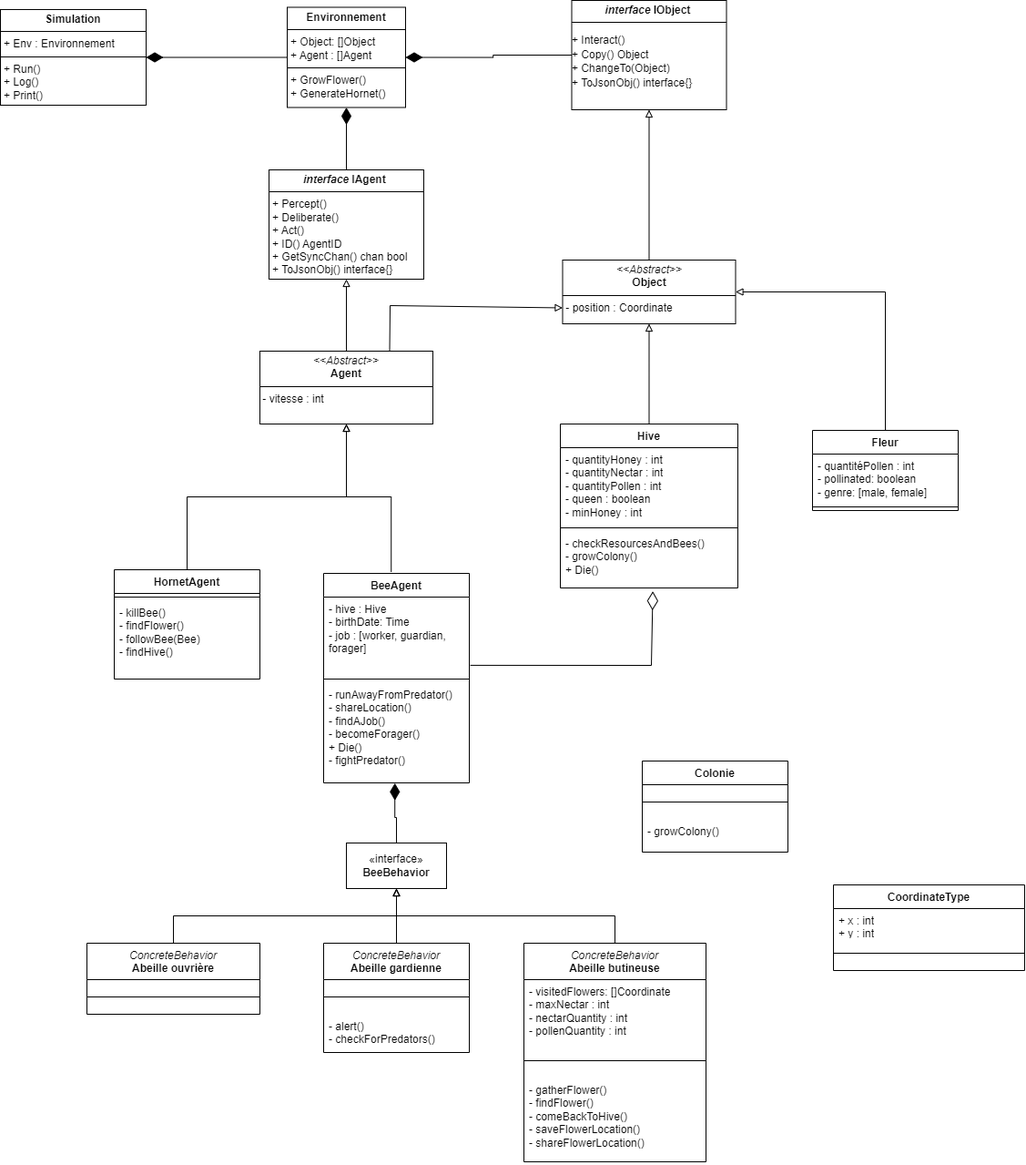
Above: architecture/projet_uml.png in vlkduro/multi-agent-system (draw.io), before the change. Source tidied: cells renumbered, new cells last; positions are measured from the earlier drawing's top-left corner, leaving out a move shared by most shapes.
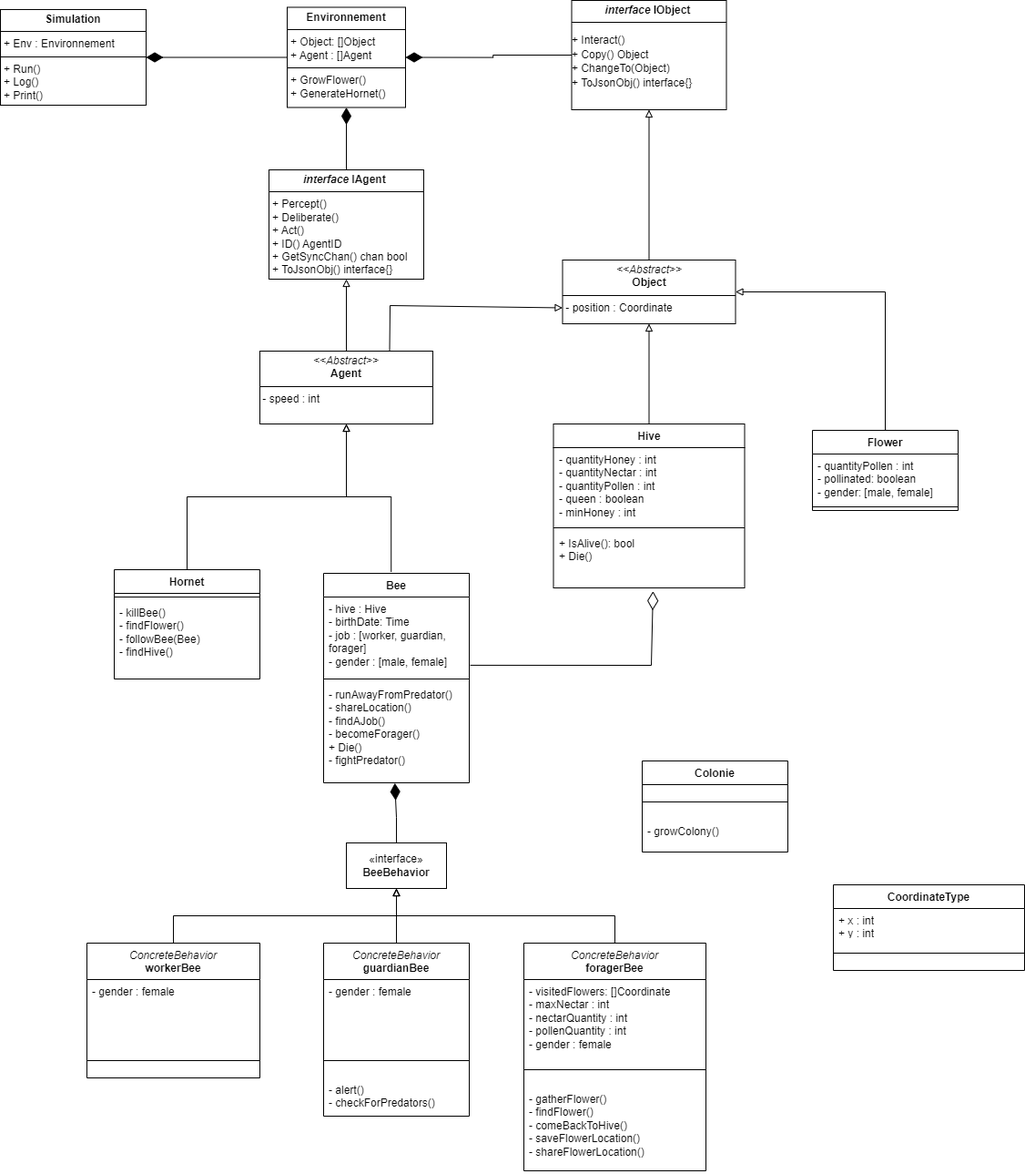
Above is the later version.

Commit message:
feat[Hive]: add IsAlive() and Die() with uml update

Diff of the diagram source:
```diff
@@ -23,7 +23,7 @@
     <mxCell id="5" style="edgeStyle=orthogonalEdgeStyle;rounded=0;jettySize=auto;html=1;endArrow=block;endFill=0;" parent="1" edge="1" source="6" target="11">
       <mxGeometry relative="1" as="geometry" />
     </mxCell>
-    <mxCell id="6" value="HornetAgent" style="swimlane;fontStyle=1;align=center;verticalAlign=top;horizontal=1;startSize=26;whiteSpace=wrap;html=1;" parent="1" vertex="1">
+    <mxCell id="6" value="Hornet" style="swimlane;fontStyle=1;align=center;verticalAlign=top;horizontal=1;startSize=26;whiteSpace=wrap;html=1;" parent="1" vertex="1">
       <mxGeometry x="125" y="625" width="160" height="120" as="geometry" />
     </mxCell>
     <mxCell id="7" style="line;strokeWidth=1;fillColor=none;align=left;verticalAlign=middle;spacingTop=-1;spacingLeft=3;spacingRight=3;labelPosition=right;strokeColor=inherit;" parent="6" vertex="1">
@@ -42,7 +42,7 @@
         </Array>
       </mxGeometry>
     </mxCell>
-    <mxCell id="11" value="&lt;p style=&quot;margin:0px;margin-top:4px;text-align:center;&quot;&gt;&lt;i&gt;&amp;lt;&amp;lt;Abstract&amp;gt;&amp;gt;&lt;/i&gt;&lt;br&gt;&lt;b&gt;Agent&lt;/b&gt;&lt;/p&gt;&lt;hr size=&quot;1&quot; style=&quot;border-style:solid;&quot;&gt;&lt;div&gt;&lt;span style=&quot;background-color: initial;&quot;&gt;&amp;nbsp;- vitesse : int&lt;/span&gt;&lt;/div&gt;" style="verticalAlign=top;align=left;overflow=fill;html=1;whiteSpace=wrap;" parent="1" vertex="1">
+    <mxCell id="11" value="&lt;p style=&quot;margin:0px;margin-top:4px;text-align:center;&quot;&gt;&lt;i&gt;&amp;lt;&amp;lt;Abstract&amp;gt;&amp;gt;&lt;/i&gt;&lt;br&gt;&lt;b&gt;Agent&lt;/b&gt;&lt;/p&gt;&lt;hr size=&quot;1&quot; style=&quot;border-style:solid;&quot;&gt;&lt;div&gt;&lt;span style=&quot;background-color: initial;&quot;&gt;&amp;nbsp;- speed : int&lt;/span&gt;&lt;/div&gt;" style="verticalAlign=top;align=left;overflow=fill;html=1;whiteSpace=wrap;" parent="1" vertex="1">
       <mxGeometry x="285" y="385" width="190" height="80" as="geometry" />
     </mxCell>
     <mxCell id="12" value="&lt;p style=&quot;margin:0px;margin-top:4px;text-align:center;&quot;&gt;&lt;b&gt;Simulation&lt;/b&gt;&lt;/p&gt;&lt;hr size=&quot;1&quot; style=&quot;border-style:solid;&quot;&gt;&lt;p style=&quot;margin:0px;margin-left:4px;&quot;&gt;+ Env : Environnement&lt;/p&gt;&lt;hr size=&quot;1&quot; style=&quot;border-style:solid;&quot;&gt;&lt;p style=&quot;margin:0px;margin-left:4px;&quot;&gt;+ Run()&lt;/p&gt;&lt;p style=&quot;margin:0px;margin-left:4px;&quot;&gt;+ Log()&lt;/p&gt;&lt;p style=&quot;margin:0px;margin-left:4px;&quot;&gt;+ Print()&lt;/p&gt;" style="verticalAlign=top;align=left;overflow=fill;html=1;whiteSpace=wrap;" parent="1" vertex="1">
@@ -69,10 +69,10 @@
     <mxCell id="19" style="edgeStyle=orthogonalEdgeStyle;rounded=0;jettySize=auto;html=1;exitX=0.5;exitY=0;exitDx=0;exitDy=0;entryX=1;entryY=0.5;entryDx=0;entryDy=0;endArrow=block;endFill=0;" parent="1" edge="1" source="20" target="17">
       <mxGeometry relative="1" as="geometry" />
     </mxCell>
-    <mxCell id="20" value="Fleur" style="swimlane;fontStyle=1;align=center;verticalAlign=top;horizontal=1;startSize=26;whiteSpace=wrap;html=1;" parent="1" vertex="1">
+    <mxCell id="20" value="Flower" style="swimlane;fontStyle=1;align=center;verticalAlign=top;horizontal=1;startSize=26;whiteSpace=wrap;html=1;" parent="1" vertex="1">
       <mxGeometry x="892" y="472" width="160" height="88" as="geometry" />
     </mxCell>
-    <mxCell id="21" value="- quantitéPollen : int&lt;br&gt;- pollinated: boolean&lt;br&gt;- genre: [male, female]" style="text;strokeColor=none;fillColor=none;align=left;verticalAlign=top;spacingLeft=4;spacingRight=4;overflow=hidden;whiteSpace=wrap;html=1;" parent="20" vertex="1">
+    <mxCell id="21" value="- quantityPollen : int&lt;br&gt;- pollinated: boolean&lt;br&gt;- gender: [male, female]" style="text;strokeColor=none;fillColor=none;align=left;verticalAlign=top;spacingLeft=4;spacingRight=4;overflow=hidden;whiteSpace=wrap;html=1;" parent="20" vertex="1">
       <mxGeometry y="26" width="160" height="54" as="geometry" />
     </mxCell>
     <mxCell id="22" style="line;strokeWidth=1;fillColor=none;align=left;verticalAlign=middle;spacingTop=-1;spacingLeft=3;spacingRight=3;labelPosition=right;strokeColor=inherit;" parent="20" vertex="1">
@@ -82,16 +82,16 @@
       <mxGeometry relative="1" as="geometry" />
     </mxCell>
     <mxCell id="24" value="Hive" style="swimlane;fontStyle=1;align=center;verticalAlign=top;horizontal=1;startSize=26;whiteSpace=wrap;html=1;" parent="1" vertex="1">
-      <mxGeometry x="615" y="465" width="195" height="180" as="geometry" />
+      <mxGeometry x="607.5" y="465" width="210" height="180" as="geometry" />
     </mxCell>
     <mxCell id="25" value="- quantityHoney : int&lt;br&gt;- quantityNectar : int&lt;br&gt;- quantityPollen : int&lt;br&gt;- queen : boolean&lt;br&gt;- minHoney : int" style="text;strokeColor=none;fillColor=none;align=left;verticalAlign=top;spacingLeft=4;spacingRight=4;overflow=hidden;whiteSpace=wrap;html=1;" parent="24" vertex="1">
-      <mxGeometry y="26" width="195" height="84" as="geometry" />
+      <mxGeometry y="26" width="210" height="84" as="geometry" />
     </mxCell>
     <mxCell id="26" style="line;strokeWidth=1;fillColor=none;align=left;verticalAlign=middle;spacingTop=-1;spacingLeft=3;spacingRight=3;labelPosition=right;strokeColor=inherit;" parent="24" vertex="1">
-      <mxGeometry y="110" width="195" height="8" as="geometry" />
+      <mxGeometry y="110" width="210" height="8" as="geometry" />
     </mxCell>
-    <mxCell id="27" value="- checkResourcesAndBees()&lt;br&gt;- growColony()&lt;br&gt;+ Die()" style="text;strokeColor=none;fillColor=none;align=left;verticalAlign=top;spacingLeft=4;spacingRight=4;overflow=hidden;points=[[0,0.5],[1,0.5]];portConstraint=eastwest;whiteSpace=wrap;html=1;" parent="24" vertex="1">
-      <mxGeometry y="118" width="195" height="62" as="geometry" />
+    <mxCell id="27" value="+ IsAlive(): bool&lt;br&gt;+ Die()" style="text;strokeColor=none;fillColor=none;align=left;verticalAlign=top;spacingLeft=4;spacingRight=4;overflow=hidden;points=[[0,0.5],[1,0.5]];portConstraint=eastwest;whiteSpace=wrap;html=1;" parent="24" vertex="1">
+      <mxGeometry y="118" width="210" height="62" as="geometry" />
     </mxCell>
     <mxCell id="28" value="«interface»&lt;br&gt;&lt;b&gt;BeeBehavior&lt;/b&gt;" style="html=1;whiteSpace=wrap;" parent="1" vertex="1">
       <mxGeometry x="380" y="925" width="110" height="50" as="geometry" />
@@ -120,37 +120,43 @@
     <mxCell id="36" style="edgeStyle=orthogonalEdgeStyle;rounded=0;jettySize=auto;html=1;exitX=0.5;exitY=0;exitDx=0;exitDy=0;entryX=0.5;entryY=1;entryDx=0;entryDy=0;endArrow=block;endFill=0;" parent="1" edge="1" source="42" target="28">
       <mxGeometry relative="1" as="geometry" />
     </mxCell>
-    <mxCell id="37" value="&lt;i style=&quot;font-weight: 400;&quot;&gt;ConcreteBehavior&lt;/i&gt;&lt;div style=&quot;&quot;&gt;Abeille ouvrière&lt;/div&gt;" style="swimlane;fontStyle=1;align=center;verticalAlign=top;horizontal=1;startSize=40;whiteSpace=wrap;html=1;" parent="1" vertex="1">
-      <mxGeometry x="95" y="1035" width="190" height="78" as="geometry" />
+    <mxCell id="37" value="&lt;i style=&quot;font-weight: 400;&quot;&gt;ConcreteBehavior&lt;/i&gt;&lt;div style=&quot;&quot;&gt;workerBee&lt;/div&gt;" style="swimlane;fontStyle=1;align=center;verticalAlign=top;horizontal=1;startSize=40;whiteSpace=wrap;html=1;" parent="1" vertex="1">
+      <mxGeometry x="95" y="1035" width="190" height="148" as="geometry" />
     </mxCell>
+    <mxCell id="53" value="- gender : female" style="text;strokeColor=none;fillColor=none;align=left;verticalAlign=top;spacingLeft=4;spacingRight=4;overflow=hidden;whiteSpace=wrap;html=1;" parent="37" vertex="1">
+      <mxGeometry y="40" width="190" height="70" as="geometry" />
+    </mxCell>
     <mxCell id="38" style="line;strokeWidth=1;fillColor=none;align=left;verticalAlign=middle;spacingTop=-1;spacingLeft=3;spacingRight=3;labelPosition=right;strokeColor=inherit;" parent="37" vertex="1">
-      <mxGeometry y="40" width="190" height="38" as="geometry" />
+      <mxGeometry y="110" width="190" height="38" as="geometry" />
     </mxCell>
-    <mxCell id="39" value="&lt;i style=&quot;font-weight: 400;&quot;&gt;ConcreteBehavior&lt;/i&gt;&lt;div style=&quot;&quot;&gt;Abeille gardienne&lt;/div&gt;" style="swimlane;fontStyle=1;align=center;verticalAlign=top;horizontal=1;startSize=40;whiteSpace=wrap;html=1;" parent="1" vertex="1">
-      <mxGeometry x="355" y="1035" width="160" height="120" as="geometry" />
+    <mxCell id="39" value="&lt;i style=&quot;font-weight: 400;&quot;&gt;ConcreteBehavior&lt;/i&gt;&lt;div style=&quot;&quot;&gt;guardianBee&lt;/div&gt;" style="swimlane;fontStyle=1;align=center;verticalAlign=top;horizontal=1;startSize=40;whiteSpace=wrap;html=1;" parent="1" vertex="1">
+      <mxGeometry x="355" y="1035" width="160" height="190" as="geometry" />
     </mxCell>
+    <mxCell id="54" value="- gender : female" style="text;strokeColor=none;fillColor=none;align=left;verticalAlign=top;spacingLeft=4;spacingRight=4;overflow=hidden;whiteSpace=wrap;html=1;" parent="39" vertex="1">
+      <mxGeometry y="40" width="160" height="70" as="geometry" />
+    </mxCell>
     <mxCell id="40" style="line;strokeWidth=1;fillColor=none;align=left;verticalAlign=middle;spacingTop=-1;spacingLeft=3;spacingRight=3;labelPosition=right;strokeColor=inherit;" parent="39" vertex="1">
-      <mxGeometry y="40" width="160" height="38" as="geometry" />
+      <mxGeometry y="110" width="160" height="38" as="geometry" />
     </mxCell>
     <mxCell id="41" value="- alert&lt;span style=&quot;background-color: initial;&quot;&gt;()&lt;br&gt;- checkForPredators()&lt;br&gt;&lt;/span&gt;" style="text;strokeColor=none;fillColor=none;align=left;verticalAlign=top;spacingLeft=4;spacingRight=4;overflow=hidden;whiteSpace=wrap;html=1;" parent="39" vertex="1">
-      <mxGeometry y="78" width="160" height="42" as="geometry" />
+      <mxGeometry y="148" width="160" height="42" as="geometry" />
     </mxCell>
-    <mxCell id="42" value="&lt;i style=&quot;font-weight: 400;&quot;&gt;ConcreteBehavior&lt;/i&gt;&lt;div style=&quot;&quot;&gt;Abeille butineuse&lt;/div&gt;" style="swimlane;fontStyle=1;align=center;verticalAlign=top;horizontal=1;startSize=40;whiteSpace=wrap;html=1;" parent="1" vertex="1">
-      <mxGeometry x="575" y="1035" width="200" height="240" as="geometry" />
+    <mxCell id="42" value="&lt;i style=&quot;font-weight: 400;&quot;&gt;ConcreteBehavior&lt;/i&gt;&lt;div style=&quot;&quot;&gt;foragerBee&lt;/div&gt;" style="swimlane;fontStyle=1;align=center;verticalAlign=top;horizontal=1;startSize=40;whiteSpace=wrap;html=1;" parent="1" vertex="1">
+      <mxGeometry x="575" y="1035" width="200" height="250" as="geometry" />
     </mxCell>
-    <mxCell id="43" value="- visitedFlowers: []Coordinate&lt;br&gt;&lt;div&gt;- maxNectar : int&lt;/div&gt;&lt;div&gt;- nectarQuantity : int&lt;/div&gt;&lt;div&gt;- pollenQuantity : int&lt;/div&gt;" style="text;strokeColor=none;fillColor=none;align=left;verticalAlign=top;spacingLeft=4;spacingRight=4;overflow=hidden;whiteSpace=wrap;html=1;" parent="42" vertex="1">
-      <mxGeometry y="40" width="200" height="70" as="geometry" />
+    <mxCell id="43" value="- visitedFlowers: []Coordinate&lt;br&gt;&lt;div&gt;- maxNectar : int&lt;/div&gt;&lt;div&gt;- nectarQuantity : int&lt;/div&gt;&lt;div&gt;- pollenQuantity : int&lt;/div&gt;&lt;div&gt;- gender : female&lt;/div&gt;" style="text;strokeColor=none;fillColor=none;align=left;verticalAlign=top;spacingLeft=4;spacingRight=4;overflow=hidden;whiteSpace=wrap;html=1;" parent="42" vertex="1">
+      <mxGeometry y="40" width="200" height="80" as="geometry" />
     </mxCell>
     <mxCell id="44" style="line;strokeWidth=1;fillColor=none;align=left;verticalAlign=middle;spacingTop=-1;spacingLeft=3;spacingRight=3;labelPosition=right;strokeColor=inherit;" parent="42" vertex="1">
-      <mxGeometry y="110" width="200" height="38" as="geometry" />
+      <mxGeometry y="120" width="200" height="38" as="geometry" />
     </mxCell>
     <mxCell id="45" value="- gatherFlower()&lt;div&gt;- findFlower()&lt;/div&gt;&lt;div&gt;- comeBackToHive()&lt;/div&gt;&lt;div&gt;- saveFlowerLocation()&lt;/div&gt;&lt;div&gt;- shareFlowerLocation()&lt;/div&gt;" style="text;strokeColor=none;fillColor=none;align=left;verticalAlign=top;spacingLeft=4;spacingRight=4;overflow=hidden;whiteSpace=wrap;html=1;" parent="42" vertex="1">
-      <mxGeometry y="148" width="200" height="92" as="geometry" />
+      <mxGeometry y="158" width="200" height="92" as="geometry" />
     </mxCell>
-    <mxCell id="46" value="BeeAgent" style="swimlane;fontStyle=1;align=center;verticalAlign=top;horizontal=1;startSize=26;whiteSpace=wrap;html=1;" parent="1" vertex="1">
+    <mxCell id="46" value="Bee" style="swimlane;fontStyle=1;align=center;verticalAlign=top;horizontal=1;startSize=26;whiteSpace=wrap;html=1;" parent="1" vertex="1">
       <mxGeometry x="355" y="629" width="160" height="230" as="geometry" />
     </mxCell>
-    <mxCell id="47" value="&lt;div&gt;- hive : Hive&lt;br&gt;&lt;/div&gt;&lt;div&gt;- birthDate: Time&lt;/div&gt;&lt;div&gt;&lt;span style=&quot;background-color: initial;&quot;&gt;- job : [worker, guardian, forager]&lt;/span&gt;&lt;br&gt;&lt;/div&gt;" style="text;strokeColor=none;fillColor=none;align=left;verticalAlign=top;spacingLeft=4;spacingRight=4;overflow=hidden;points=[[0,0.5],[1,0.5]];portConstraint=eastwest;whiteSpace=wrap;html=1;" parent="46" vertex="1">
+    <mxCell id="47" value="&lt;div&gt;- hive : Hive&lt;br&gt;&lt;/div&gt;&lt;div&gt;- birthDate: Time&lt;/div&gt;&lt;div&gt;&lt;span style=&quot;background-color: initial;&quot;&gt;- job : [worker, guardian, forager]&lt;/span&gt;&lt;br&gt;&lt;/div&gt;&lt;div&gt;&lt;span style=&quot;background-color: initial;&quot;&gt;- gender : [male, female]&lt;/span&gt;&lt;/div&gt;" style="text;strokeColor=none;fillColor=none;align=left;verticalAlign=top;spacingLeft=4;spacingRight=4;overflow=hidden;points=[[0,0.5],[1,0.5]];portConstraint=eastwest;whiteSpace=wrap;html=1;" parent="46" vertex="1">
       <mxGeometry y="26" width="160" height="86" as="geometry" />
     </mxCell>
     <mxCell id="48" style="line;strokeWidth=1;fillColor=none;align=left;verticalAlign=middle;spacingTop=-1;spacingLeft=3;spacingRight=3;labelPosition=right;strokeColor=inherit;" parent="46" vertex="1">
```
